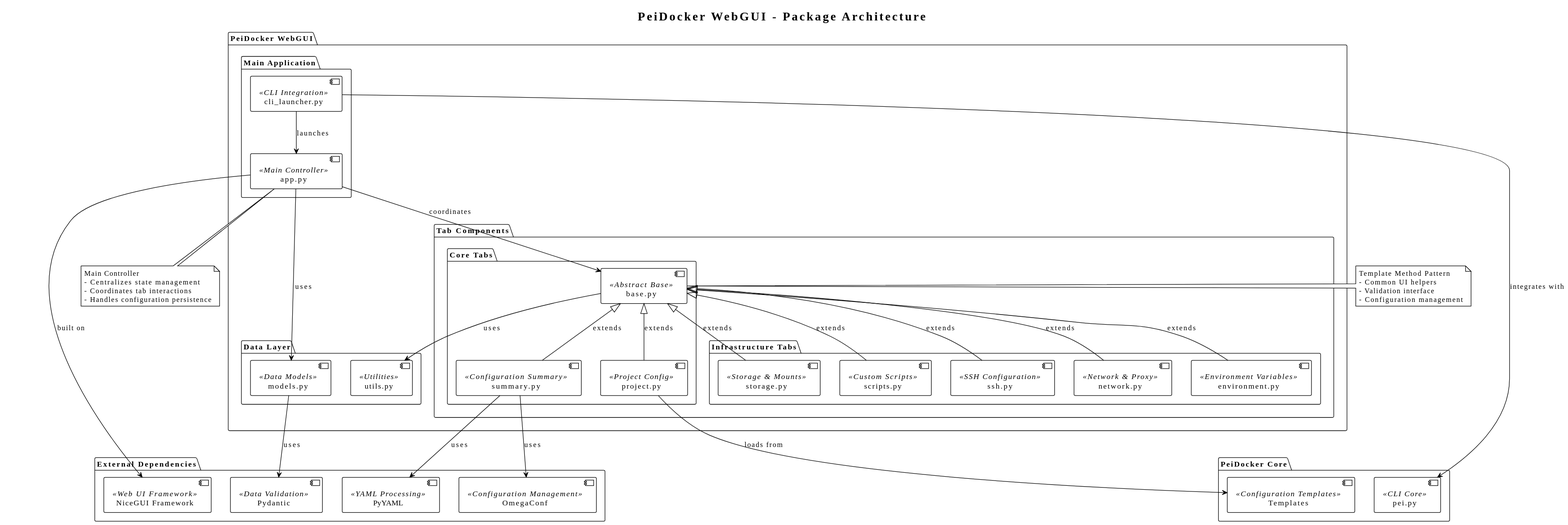
The PlantUML diagram context/design/arch-webgui/PeiDocker-WebGUI-Package-Diagram.svg in igamenovoer/PeiDocker, before a commit. Its diagram source:
```plantuml
@startuml
!theme plain
title PeiDocker WebGUI - Package Architecture

package "PeiDocker WebGUI" {

    package "Main Application" {
        [app.py] <<Main Controller>>
        [cli_launcher.py] <<CLI Integration>>
    }

    package "Data Layer" {
        [models.py] <<Data Models>>
        [utils.py] <<Utilities>>
    }

    package "Tab Components" {
        package "Core Tabs" {
            [base.py] <<Abstract Base>>
            [project.py] <<Project Config>>
            [summary.py] <<Configuration Summary>>
        }

        package "Infrastructure Tabs" {
            [ssh.py] <<SSH Configuration>>
            [network.py] <<Network & Proxy>>
            [environment.py] <<Environment Variables>>
            [storage.py] <<Storage & Mounts>>
            [scripts.py] <<Custom Scripts>>
        }
    }
}

package "External Dependencies" {
    [NiceGUI Framework] <<Web UI Framework>>
    [Pydantic] <<Data Validation>>
    [OmegaConf] <<Configuration Management>>
    [PyYAML] <<YAML Processing>>
}

package "PeiDocker Core" {
    [pei.py] <<CLI Core>>
    [Templates] <<Configuration Templates>>
}

[app.py] --> [models.py] : uses
[app.py] --> [base.py] : coordinates
[app.py] --> [NiceGUI Framework] : built on

[base.py] <|-- [project.py] : extends
[base.py] <|-- [ssh.py] : extends
[base.py] <|-- [network.py] : extends
[base.py] <|-- [environment.py] : extends
[base.py] <|-- [storage.py] : extends
[base.py] <|-- [scripts.py] : extends
[base.py] <|-- [summary.py] : extends

[models.py] --> [Pydantic] : uses
[summary.py] --> [OmegaConf] : uses
[summary.py] --> [PyYAML] : uses

[cli_launcher.py] --> [app.py] : launches
[cli_launcher.py] --> [pei.py] : integrates with

[base.py] --> [utils.py] : uses
[project.py] --> [Templates] : loads from

note right of [base.py]
  Template Method Pattern
  - Common UI helpers
  - Validation interface
  - Configuration management
end note

note bottom of [app.py]
  Main Controller
  - Centralizes state management
  - Coordinates tab interactions
  - Handles configuration persistence
end note
@enduml
```
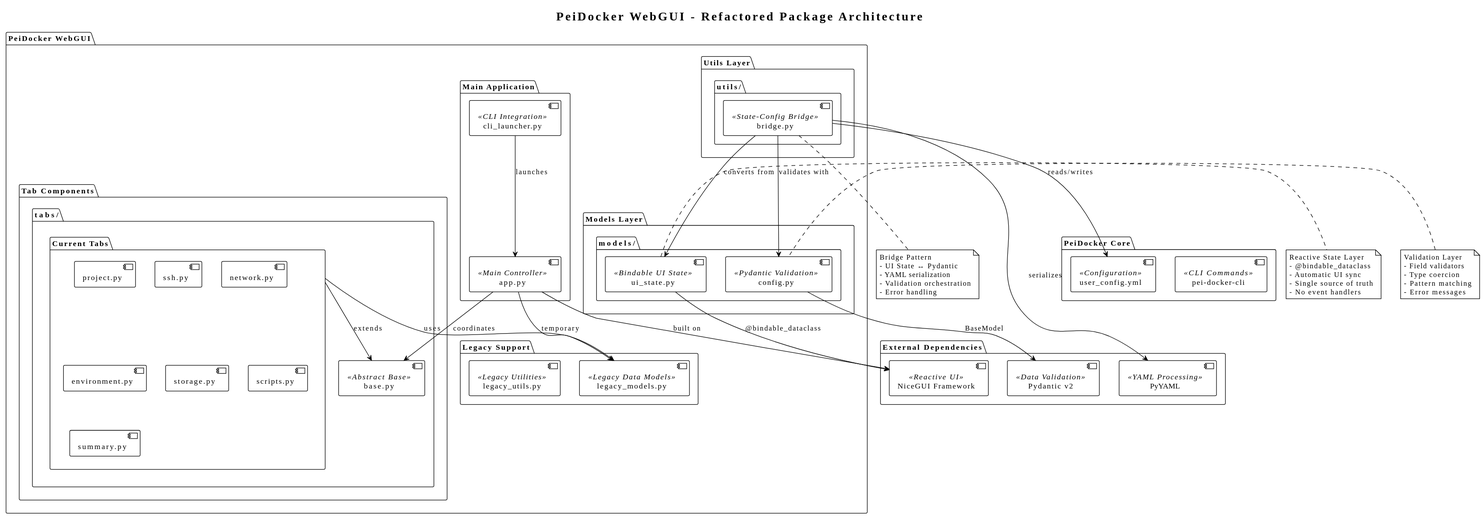
The same file after the commit.

Commit message:
docs(webgui): revise architecture documentation to reflect current implementation status

The edit, as a diff of the source:
```diff
@@ -1,6 +1,6 @@
 @startuml
 !theme plain
-title PeiDocker WebGUI - Package Architecture
+title PeiDocker WebGUI - Refactored Package Architecture
 
 package "PeiDocker WebGUI" {
 
@@ -9,73 +9,89 @@
         [cli_launcher.py] <<CLI Integration>>
     }
 
-    package "Data Layer" {
-        [models.py] <<Data Models>>
-        [utils.py] <<Utilities>>
+    package "Models Layer" {
+        package "models/" {
+            [ui_state.py] <<Bindable UI State>>
+            [config.py] <<Pydantic Validation>>
+        }
+    }
+
+    package "Utils Layer" {
+        package "utils/" {
+            [bridge.py] <<State-Config Bridge>>
+        }
+    }
+
+    package "Legacy Support" {
+        [legacy_models.py] <<Legacy Data Models>>
+        [legacy_utils.py] <<Legacy Utilities>>
     }
 
     package "Tab Components" {
-        package "Core Tabs" {
+        package "tabs/" {
             [base.py] <<Abstract Base>>
-            [project.py] <<Project Config>>
-            [summary.py] <<Configuration Summary>>
-        }
-
-        package "Infrastructure Tabs" {
-            [ssh.py] <<SSH Configuration>>
-            [network.py] <<Network & Proxy>>
-            [environment.py] <<Environment Variables>>
-            [storage.py] <<Storage & Mounts>>
-            [scripts.py] <<Custom Scripts>>
+            package "Current Tabs" {
+                [project.py]
+                [ssh.py]
+                [network.py]
+                [environment.py]
+                [storage.py]
+                [scripts.py]
+                [summary.py]
+            }
         }
     }
 }
 
 package "External Dependencies" {
-    [NiceGUI Framework] <<Web UI Framework>>
-    [Pydantic] <<Data Validation>>
-    [OmegaConf] <<Configuration Management>>
+    [NiceGUI Framework] <<Reactive UI>>
+    [Pydantic v2] <<Data Validation>>
     [PyYAML] <<YAML Processing>>
 }
 
 package "PeiDocker Core" {
-    [pei.py] <<CLI Core>>
-    [Templates] <<Configuration Templates>>
+    [pei-docker-cli] <<CLI Commands>>
+    [user_config.yml] <<Configuration>>
 }
 
-[app.py] --> [models.py] : uses
+[app.py] --> [legacy_models.py] : temporary
 [app.py] --> [base.py] : coordinates
 [app.py] --> [NiceGUI Framework] : built on
 
-[base.py] <|-- [project.py] : extends
-[base.py] <|-- [ssh.py] : extends
-[base.py] <|-- [network.py] : extends
-[base.py] <|-- [environment.py] : extends
-[base.py] <|-- [storage.py] : extends
-[base.py] <|-- [scripts.py] : extends
-[base.py] <|-- [summary.py] : extends
+[ui_state.py] --> [NiceGUI Framework] : @bindable_dataclass
+[config.py] --> [Pydantic v2] : BaseModel
 
-[models.py] --> [Pydantic] : uses
-[summary.py] --> [OmegaConf] : uses
-[summary.py] --> [PyYAML] : uses
+[bridge.py] --> [ui_state.py] : converts from
+[bridge.py] --> [config.py] : validates with
+[bridge.py] --> [PyYAML] : serializes
+
+[Current Tabs] --> [legacy_models.py] : uses
+[Current Tabs] --> [base.py] : extends
 
 [cli_launcher.py] --> [app.py] : launches
-[cli_launcher.py] --> [pei.py] : integrates with
+[bridge.py] --> [user_config.yml] : reads/writes
 
-[base.py] --> [utils.py] : uses
-[project.py] --> [Templates] : loads from
-
-note right of [base.py]
-  Template Method Pattern
-  - Common UI helpers
-  - Validation interface
-  - Configuration management
+note right of [ui_state.py]
+  Reactive State Layer
+  - @bindable_dataclass
+  - Automatic UI sync
+  - Single source of truth
+  - No event handlers
 end note
 
-note bottom of [app.py]
-  Main Controller
-  - Centralizes state management
-  - Coordinates tab interactions
-  - Handles configuration persistence
+note bottom of [bridge.py]
+  Bridge Pattern
+  - UI State ↔ Pydantic
+  - YAML serialization
+  - Validation orchestration
+  - Error handling
+end note
+
+note left of [config.py]
+  Validation Layer
+  - Field validators
+  - Type coercion
+  - Pattern matching
+  - Error messages
 end note
 @enduml
```
